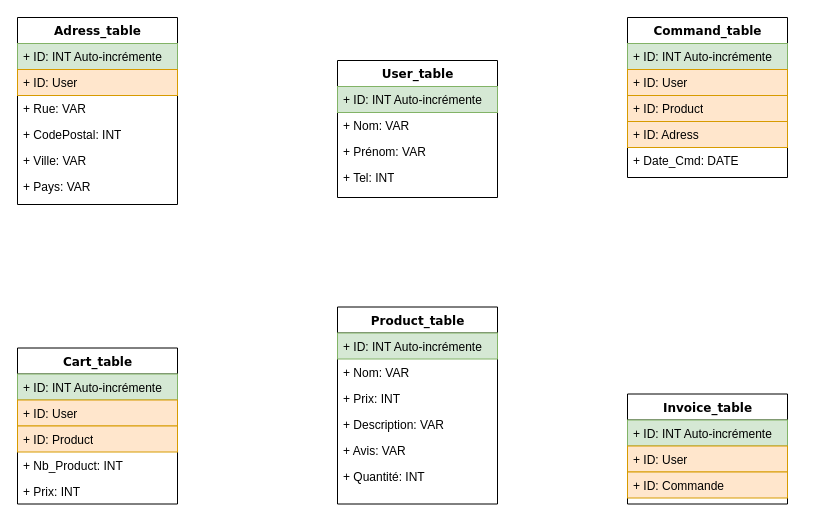
The draw.io diagram E-commerce.drawio in net2315/e-commerce-SQL, before the edit. Source tidied: cells renumbered, new cells numbered last; positions are measured from the earlier drawing's top-left corner, leaving out a move shared by most shapes. Both pictures are drawn from the tidied source at 100%, with x=0, y=0 at pixel (17, 17).
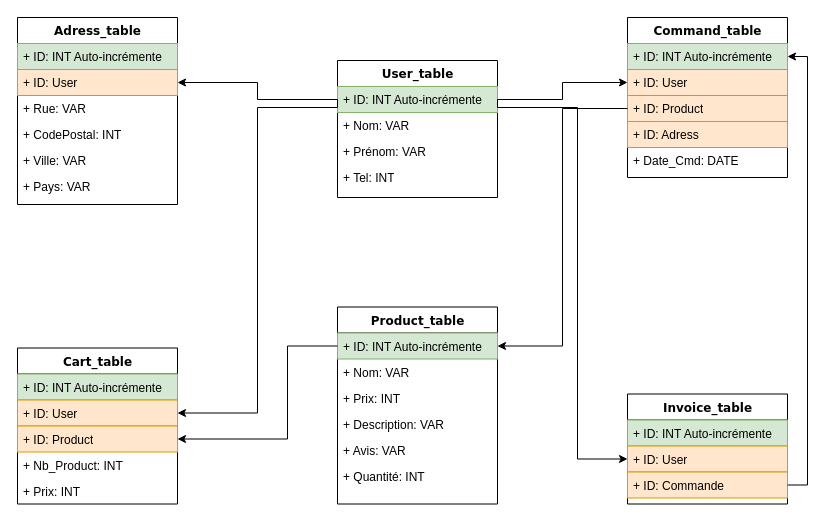
After the change.

Unchanged cells that the change refers to:
```xml
<mxCell id="3" value="+ ID: INT Auto-incrémente&amp;nbsp;" style="text;html=1;strokeColor=#82b366;fillColor=#d5e8d4;align=left;verticalAlign=top;spacingLeft=4;spacingRight=4;whiteSpace=wrap;overflow=hidden;points=[[0,0.5],[1,0.5]];portConstraint=eastwest;" parent="2" vertex="1">
  <mxGeometry y="26" width="160" height="26" as="geometry" />
</mxCell>
<mxCell id="9" value="+ ID: User" style="text;html=1;strokeColor=#d79b00;fillColor=#ffe6cc;align=left;verticalAlign=top;spacingLeft=4;spacingRight=4;whiteSpace=wrap;overflow=hidden;points=[[0,0.5],[1,0.5]];portConstraint=eastwest;" parent="7" vertex="1">
  <mxGeometry y="52" width="160" height="26" as="geometry" />
</mxCell>
<mxCell id="15" value="+ ID: INT Auto-incrémente" style="text;html=1;strokeColor=#82b366;fillColor=#d5e8d4;align=left;verticalAlign=top;spacingLeft=4;spacingRight=4;whiteSpace=wrap;overflow=hidden;points=[[0,0.5],[1,0.5]];portConstraint=eastwest;" parent="14" vertex="1">
  <mxGeometry y="26" width="160" height="26" as="geometry" />
</mxCell>
<mxCell id="22" value="+ ID: INT Auto-incrémente" style="text;html=1;strokeColor=#82b366;fillColor=#d5e8d4;align=left;verticalAlign=top;spacingLeft=4;spacingRight=4;whiteSpace=wrap;overflow=hidden;points=[[0,0.5],[1,0.5]];portConstraint=eastwest;" parent="21" vertex="1">
  <mxGeometry y="26" width="160" height="26" as="geometry" />
</mxCell>
<mxCell id="23" value="+ ID: User" style="text;html=1;strokeColor=#d79b00;fillColor=#ffe6cc;align=left;verticalAlign=top;spacingLeft=4;spacingRight=4;whiteSpace=wrap;overflow=hidden;points=[[0,0.5],[1,0.5]];portConstraint=eastwest;" parent="21" vertex="1">
  <mxGeometry y="52" width="160" height="26" as="geometry" />
</mxCell>
<mxCell id="24" value="+ ID: Product" style="text;html=1;strokeColor=#d79b00;fillColor=#ffe6cc;align=left;verticalAlign=top;spacingLeft=4;spacingRight=4;whiteSpace=wrap;overflow=hidden;points=[[0,0.5],[1,0.5]];portConstraint=eastwest;" parent="21" vertex="1">
  <mxGeometry y="78" width="160" height="26" as="geometry" />
</mxCell>
<mxCell id="29" value="+ ID: User" style="text;html=1;strokeColor=#d79b00;fillColor=#ffe6cc;align=left;verticalAlign=top;spacingLeft=4;spacingRight=4;whiteSpace=wrap;overflow=hidden;points=[[0,0.5],[1,0.5]];portConstraint=eastwest;" parent="27" vertex="1">
  <mxGeometry y="52" width="160" height="26" as="geometry" />
</mxCell>
<mxCell id="30" value="+ ID: Commande" style="text;html=1;strokeColor=#d79b00;fillColor=#ffe6cc;align=left;verticalAlign=top;spacingLeft=4;spacingRight=4;whiteSpace=wrap;overflow=hidden;points=[[0,0.5],[1,0.5]];portConstraint=eastwest;" parent="27" vertex="1">
  <mxGeometry y="78" width="160" height="26" as="geometry" />
</mxCell>
<mxCell id="33" value="+ ID: User" style="text;html=1;strokeColor=#d79b00;fillColor=#ffe6cc;align=left;verticalAlign=top;spacingLeft=4;spacingRight=4;whiteSpace=wrap;overflow=hidden;points=[[0,0.5],[1,0.5]];portConstraint=eastwest;" parent="31" vertex="1">
  <mxGeometry y="52" width="160" height="26" as="geometry" />
</mxCell>
<mxCell id="34" value="+ ID: Product" style="text;html=1;strokeColor=#d79b00;fillColor=#ffe6cc;align=left;verticalAlign=top;spacingLeft=4;spacingRight=4;whiteSpace=wrap;overflow=hidden;points=[[0,0.5],[1,0.5]];portConstraint=eastwest;" parent="31" vertex="1">
  <mxGeometry y="78" width="160" height="26" as="geometry" />
</mxCell>
```

Change to the diagram source:
```diff
@@
+    <mxCell id="37" style="edgeStyle=orthogonalEdgeStyle;rounded=0;jettySize=auto;html=1;exitX=0;exitY=0.5;exitDx=0;exitDy=0;entryX=1;entryY=0.5;entryDx=0;entryDy=0;" parent="1" edge="1" source="3" target="9">
+      <mxGeometry relative="1" as="geometry" />
+    </mxCell>
+    <mxCell id="38" style="edgeStyle=orthogonalEdgeStyle;rounded=0;jettySize=auto;html=1;exitX=1;exitY=0.5;exitDx=0;exitDy=0;entryX=0;entryY=0.5;entryDx=0;entryDy=0;" parent="1" edge="1" source="3" target="23">
+      <mxGeometry relative="1" as="geometry" />
+    </mxCell>
+    <mxCell id="39" style="edgeStyle=orthogonalEdgeStyle;rounded=0;jettySize=auto;html=1;exitX=0;exitY=0.5;exitDx=0;exitDy=0;entryX=1;entryY=0.5;entryDx=0;entryDy=0;" parent="1" edge="1" source="24" target="15">
+      <mxGeometry relative="1" as="geometry" />
+    </mxCell>
+    <mxCell id="40" style="edgeStyle=orthogonalEdgeStyle;rounded=0;jettySize=auto;html=1;exitX=0;exitY=0.5;exitDx=0;exitDy=0;entryX=1;entryY=0.5;entryDx=0;entryDy=0;" parent="1" edge="1" source="15" target="34">
+      <mxGeometry relative="1" as="geometry">
+        <Array as="points">
+          <mxPoint x="270" y="329" />
+          <mxPoint x="270" y="422" />
+        </Array>
+      </mxGeometry>
+    </mxCell>
+    <mxCell id="41" style="edgeStyle=orthogonalEdgeStyle;rounded=0;jettySize=auto;html=1;exitX=0;exitY=0.5;exitDx=0;exitDy=0;entryX=1;entryY=0.5;entryDx=0;entryDy=0;" parent="1" edge="1" source="3" target="33">
+      <mxGeometry relative="1" as="geometry">
+        <Array as="points">
+          <mxPoint x="320" y="90" />
+          <mxPoint x="240" y="90" />
+          <mxPoint x="240" y="396" />
+        </Array>
+      </mxGeometry>
+    </mxCell>
+    <mxCell id="42" style="edgeStyle=orthogonalEdgeStyle;rounded=0;jettySize=auto;html=1;exitX=1;exitY=0.5;exitDx=0;exitDy=0;entryX=1;entryY=0.5;entryDx=0;entryDy=0;" parent="1" edge="1" source="30" target="22">
+      <mxGeometry relative="1" as="geometry" />
+    </mxCell>
+    <mxCell id="43" style="edgeStyle=orthogonalEdgeStyle;rounded=0;jettySize=auto;html=1;exitX=1;exitY=0.5;exitDx=0;exitDy=0;entryX=0;entryY=0.5;entryDx=0;entryDy=0;" parent="1" edge="1" source="3" target="29">
+      <mxGeometry relative="1" as="geometry">
+        <Array as="points">
+          <mxPoint x="480" y="90" />
+          <mxPoint x="560" y="90" />
+          <mxPoint x="560" y="442" />
+        </Array>
+      </mxGeometry>
+    </mxCell>
```
